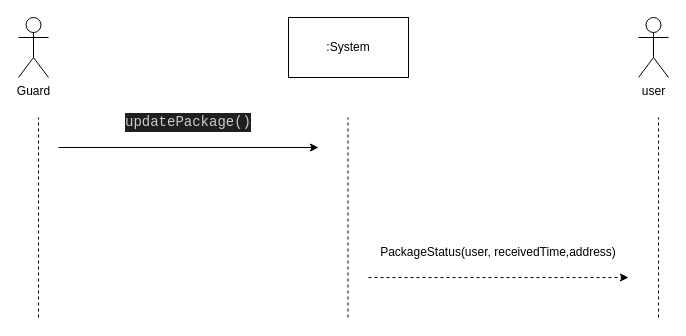
Above: b2.drawio in tingyi0301/112-2HW4 (draw.io), before the change. Source tidied: cells renumbered, new cells numbered last; positions are measured from the earlier drawing's top-left corner, leaving out a move shared by most shapes. Both pictures are drawn from the tidied source at 100%, with x=0, y=0 at pixel (18, 17).
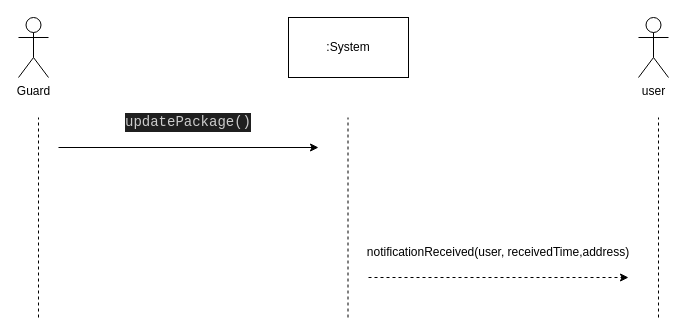
After the change.

Change to the diagram source:
```diff
@@
 <mxGraphModel>
   <root>
     <mxCell id="0" />
     <mxCell id="1" parent="0" />
     <mxCell id="2" value=":System" style="rounded=0;whiteSpace=wrap;html=1;" parent="1" vertex="1">
       <mxGeometry x="270" width="120" height="60" as="geometry" />
     </mxCell>
     <mxCell id="3" value="Guard" style="shape=umlActor;verticalLabelPosition=bottom;verticalAlign=top;html=1;" parent="1" vertex="1">
       <mxGeometry width="30" height="60" as="geometry" />
     </mxCell>
     <mxCell id="4" style="endArrow=none;dashed=1;html=1;" parent="1" edge="1">
       <mxGeometry relative="1" as="geometry">
         <mxPoint x="20" y="300" as="sourcePoint" />
         <mxPoint x="20" y="100" as="targetPoint" />
       </mxGeometry>
     </mxCell>
     <mxCell id="5" style="endArrow=none;dashed=1;html=1;" parent="1" edge="1">
       <mxGeometry relative="1" as="geometry">
         <mxPoint x="329.5" y="300" as="sourcePoint" />
         <mxPoint x="329.5" y="100" as="targetPoint" />
       </mxGeometry>
     </mxCell>
     <mxCell id="6" style="endArrow=classic;html=1;" parent="1" edge="1">
       <mxGeometry relative="1" as="geometry">
         <mxPoint x="40" y="130" as="sourcePoint" />
         <mxPoint x="300" y="130" as="targetPoint" />
       </mxGeometry>
     </mxCell>
     <mxCell id="7" value="&lt;div style=&quot;color: rgb(204, 204, 204); background-color: rgb(31, 31, 31); font-family: Consolas, &amp;quot;Courier New&amp;quot;, monospace; font-size: 14px; line-height: 19px;&quot;&gt;updatePackage()&lt;/div&gt;" style="text;html=1;strokeColor=none;fillColor=none;align=center;verticalAlign=middle;whiteSpace=wrap;rounded=0;" parent="1" vertex="1">
       <mxGeometry x="140" y="90" width="60" height="30" as="geometry" />
     </mxCell>
-    <mxCell id="8" value="PackageStatus(user, receivedTime,address)" style="text;html=1;strokeColor=none;fillColor=none;align=center;verticalAlign=middle;whiteSpace=wrap;rounded=0;" parent="1" vertex="1">
+    <mxCell id="8" value="notificationReceived(user, receivedTime,address)" style="text;html=1;strokeColor=none;fillColor=none;align=center;verticalAlign=middle;whiteSpace=wrap;rounded=0;" parent="1" vertex="1">
       <mxGeometry x="340" y="220" width="280" height="30" as="geometry" />
     </mxCell>
     <mxCell id="9" style="endArrow=none;dashed=1;html=1;" parent="1" edge="1">
       <mxGeometry relative="1" as="geometry">
         <mxPoint x="640" y="300" as="sourcePoint" />
         <mxPoint x="640" y="100" as="targetPoint" />
       </mxGeometry>
     </mxCell>
     <mxCell id="10" value="user" style="shape=umlActor;verticalLabelPosition=bottom;verticalAlign=top;html=1;" parent="1" vertex="1">
       <mxGeometry x="620" width="30" height="60" as="geometry" />
     </mxCell>
     <mxCell id="11" style="endArrow=classic;html=1;dashed=1;" parent="1" edge="1">
       <mxGeometry relative="1" as="geometry">
         <mxPoint x="350" y="260" as="sourcePoint" />
         <mxPoint x="610" y="260" as="targetPoint" />
       </mxGeometry>
     </mxCell>
   </root>
 </mxGraphModel>
```
